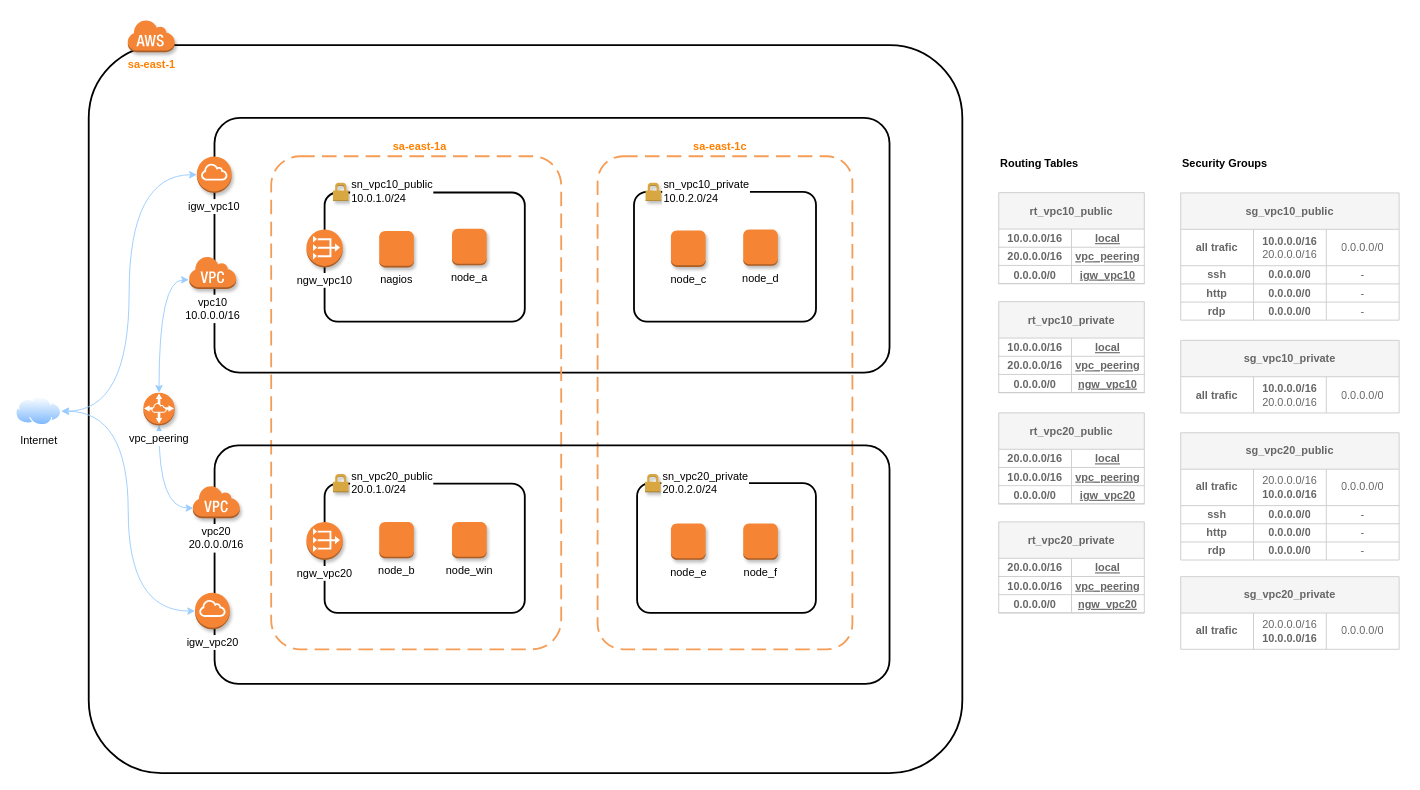
Earlier version of the draw.io diagram images/nagios.drawio (kledsonhugo/app-nagioscore-multiaz-aws). Source tidied: cells renumbered, new cells numbered last; positions are measured from the earlier drawing's top-left corner, leaving out a move shared by most shapes. Both pictures are drawn from the tidied source at 91%, with x=0, y=0 at pixel (15, 19).
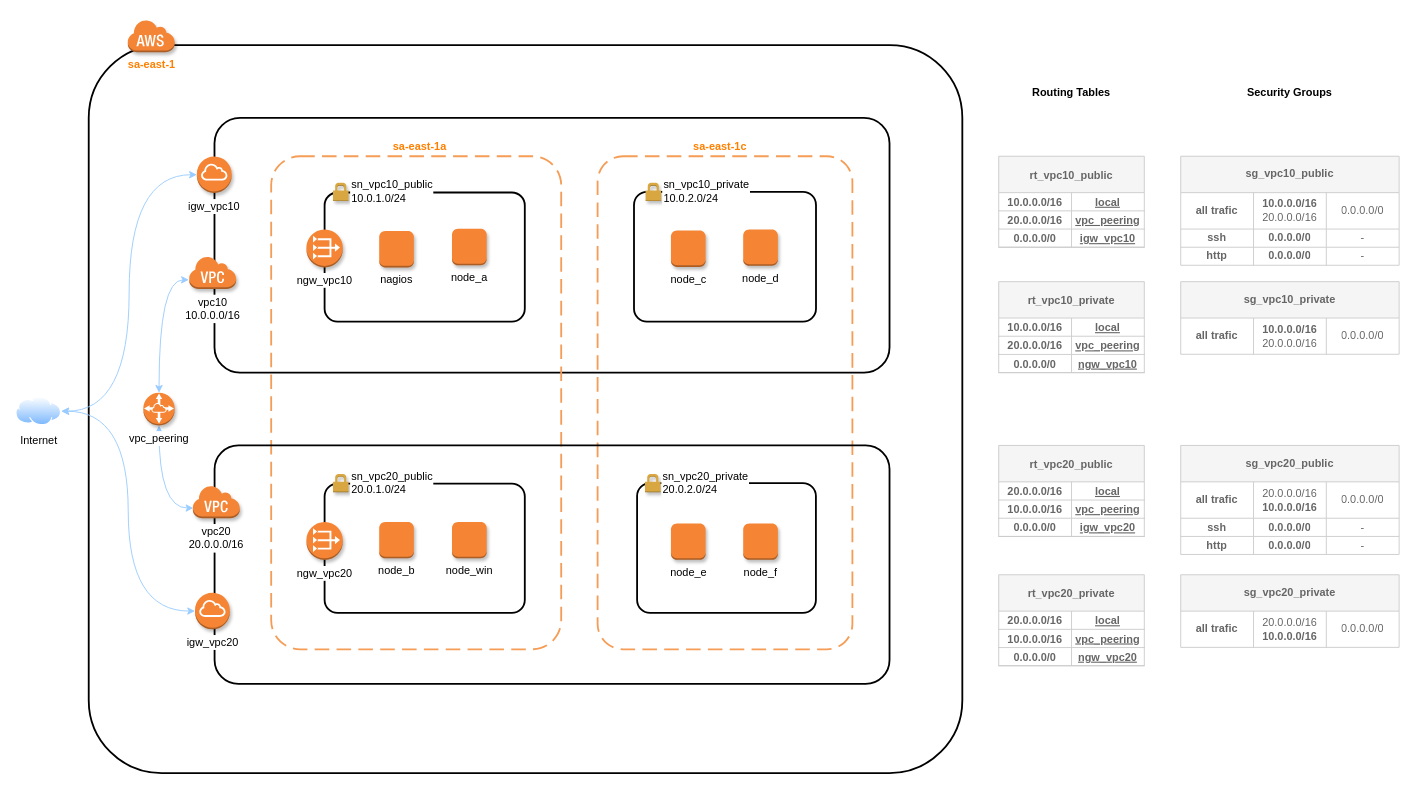
Above is the later version.

The edit, as a diff of the source:
```diff
@@
-    <mxCell id="33" value="Routing Tables" style="text;html=1;strokeColor=none;fillColor=none;align=left;verticalAlign=middle;whiteSpace=wrap;rounded=1;fontStyle=1;shadow=1;sketch=0;glass=0;" parent="1" vertex="1">
-      <mxGeometry x="1080" y="148.2" width="174" height="20" as="geometry" />
+    <mxCell id="33" value="Routing Tables" style="text;html=1;strokeColor=none;fillColor=none;align=center;verticalAlign=middle;whiteSpace=wrap;rounded=1;fontStyle=1;shadow=1;sketch=0;glass=0;" parent="1" vertex="1">
+      <mxGeometry x="1080" y="70" width="160" height="20" as="geometry" />
     </mxCell>
-    <mxCell id="34" value="Security Groups" style="text;html=1;strokeColor=none;fillColor=none;align=left;verticalAlign=middle;whiteSpace=wrap;rounded=1;fontStyle=1;shadow=1;sketch=0;glass=0;" parent="1" vertex="1">
-      <mxGeometry x="1280" y="148.2" width="174" height="20" as="geometry" />
+    <mxCell id="34" value="Security Groups" style="text;html=1;strokeColor=none;fillColor=none;align=center;verticalAlign=middle;whiteSpace=wrap;rounded=1;fontStyle=1;shadow=1;sketch=0;glass=0;" parent="1" vertex="1">
+      <mxGeometry x="1280" y="70" width="240" height="20" as="geometry" />
     </mxCell>
@@
     <mxCell id="39" value="rt_vpc10_public" style="shape=table;startSize=40;childLayout=tableLayout;rowLines=0;fontStyle=1;align=center;fillColor=#f5f5f5;strokeColor=#CCCCCC;spacingLeft=0;fontColor=#666666;" parent="1" vertex="1">
-      <mxGeometry x="1080" y="190.2" width="160" height="100" as="geometry" />
+      <mxGeometry x="1080" y="150.2" width="160" height="100" as="geometry" />
     </mxCell>
@@
     <mxCell id="49" value="sg_vpc10_public" style="shape=table;html=1;whiteSpace=wrap;startSize=40;childLayout=tableLayout;strokeColor=#CCCCCC;fillColor=#f5f5f5;align=center;fontStyle=1;spacingLeft=0;fontColor=#666666;" parent="1" vertex="1">
-      <mxGeometry x="1280" y="190.5" width="240" height="139.8" as="geometry" />
+      <mxGeometry x="1280" y="150.2" width="240" height="119.8" as="geometry" />
     </mxCell>
@@
-    <mxCell id="62" style="shape=partialRectangle;html=1;whiteSpace=wrap;fillColor=none;top=0;left=0;bottom=0;right=0;spacingLeft=0;align=center;fontColor=#666666;" parent="49" vertex="1">
-      <mxGeometry y="120" width="240" height="20" as="geometry" />
-    </mxCell>
-    <mxCell id="63" value="&lt;span style=&quot;font-weight: 700;&quot;&gt;rdp&lt;/span&gt;" style="shape=partialRectangle;html=1;whiteSpace=wrap;fillColor=none;top=0;left=0;bottom=0;right=0;overflow=hidden;spacingLeft=0;align=center;fontColor=#666666;" parent="62" vertex="1">
-      <mxGeometry width="80" height="20" as="geometry" />
-    </mxCell>
-    <mxCell id="64" value="&lt;span style=&quot;font-weight: 700;&quot;&gt;0.0.0.0/0&lt;/span&gt;" style="shape=partialRectangle;html=1;whiteSpace=wrap;fillColor=none;top=0;left=0;bottom=0;right=0;overflow=hidden;spacingLeft=0;align=center;fontColor=#666666;" parent="62" vertex="1">
-      <mxGeometry x="80" width="80" height="20" as="geometry" />
-    </mxCell>
-    <mxCell id="65" value="-" style="shape=partialRectangle;html=1;whiteSpace=wrap;fillColor=none;top=0;left=0;bottom=0;right=0;overflow=hidden;spacingLeft=0;align=center;fontColor=#666666;" parent="62" vertex="1">
-      <mxGeometry x="160" width="80" height="20" as="geometry" />
-    </mxCell>
     <mxCell id="66" value="rt_vpc10_private" style="shape=table;startSize=40;childLayout=tableLayout;rowLines=0;fontStyle=1;align=center;fillColor=#f5f5f5;strokeColor=#CCCCCC;spacingLeft=0;fontColor=#666666;" parent="1" vertex="1">
-      <mxGeometry x="1080" y="310" width="160" height="100" as="geometry" />
+      <mxGeometry x="1080" y="288" width="160" height="100" as="geometry" />
     </mxCell>
@@
     <mxCell id="76" value="rt_vpc20_public" style="shape=table;startSize=40;childLayout=tableLayout;rowLines=0;fontStyle=1;align=center;fillColor=#f5f5f5;strokeColor=#CCCCCC;spacingLeft=0;fontColor=#666666;" parent="1" vertex="1">
-      <mxGeometry x="1080" y="432.2" width="160" height="100" as="geometry" />
+      <mxGeometry x="1080" y="468" width="160" height="100" as="geometry" />
     </mxCell>
@@
     <mxCell id="86" value="rt_vpc20_private" style="shape=table;startSize=40;childLayout=tableLayout;rowLines=0;fontStyle=1;align=center;fillColor=#f5f5f5;strokeColor=#CCCCCC;spacingLeft=0;fontColor=#666666;" parent="1" vertex="1">
-      <mxGeometry x="1080" y="552" width="160" height="100" as="geometry" />
+      <mxGeometry x="1080" y="610.1" width="160" height="100" as="geometry" />
     </mxCell>
@@
     <mxCell id="96" value="sg_vpc10_private" style="shape=table;html=1;whiteSpace=wrap;startSize=40;childLayout=tableLayout;strokeColor=#CCCCCC;fillColor=#f5f5f5;align=center;fontStyle=1;spacingLeft=0;fontColor=#666666;" parent="1" vertex="1">
-      <mxGeometry x="1280" y="352.5" width="240" height="79.8" as="geometry" />
+      <mxGeometry x="1280" y="288" width="240" height="79.8" as="geometry" />
     </mxCell>
@@
     <mxCell id="101" value="sg_vpc20_public" style="shape=table;html=1;whiteSpace=wrap;startSize=40;childLayout=tableLayout;strokeColor=#CCCCCC;fillColor=#f5f5f5;align=center;fontStyle=1;spacingLeft=0;fontColor=#666666;" parent="1" vertex="1">
-      <mxGeometry x="1280" y="454.1" width="240" height="139.8" as="geometry" />
+      <mxGeometry x="1280" y="468" width="240" height="119.8" as="geometry" />
     </mxCell>
@@
-    <mxCell id="114" style="shape=partialRectangle;html=1;whiteSpace=wrap;fillColor=none;top=0;left=0;bottom=0;right=0;spacingLeft=0;align=center;fontColor=#666666;" parent="101" vertex="1">
-      <mxGeometry y="120" width="240" height="20" as="geometry" />
-    </mxCell>
-    <mxCell id="115" value="&lt;span style=&quot;font-weight: 700;&quot;&gt;rdp&lt;/span&gt;" style="shape=partialRectangle;html=1;whiteSpace=wrap;fillColor=none;top=0;left=0;bottom=0;right=0;overflow=hidden;spacingLeft=0;align=center;fontColor=#666666;" parent="114" vertex="1">
-      <mxGeometry width="80" height="20" as="geometry" />
-    </mxCell>
-    <mxCell id="116" value="&lt;span style=&quot;font-weight: 700;&quot;&gt;0.0.0.0/0&lt;/span&gt;" style="shape=partialRectangle;html=1;whiteSpace=wrap;fillColor=none;top=0;left=0;bottom=0;right=0;overflow=hidden;spacingLeft=0;align=center;fontColor=#666666;" parent="114" vertex="1">
-      <mxGeometry x="80" width="80" height="20" as="geometry" />
-    </mxCell>
-    <mxCell id="117" value="-" style="shape=partialRectangle;html=1;whiteSpace=wrap;fillColor=none;top=0;left=0;bottom=0;right=0;overflow=hidden;spacingLeft=0;align=center;fontColor=#666666;" parent="114" vertex="1">
-      <mxGeometry x="160" width="80" height="20" as="geometry" />
-    </mxCell>
     <mxCell id="118" value="sg_vpc20_private" style="shape=table;html=1;whiteSpace=wrap;startSize=40;childLayout=tableLayout;strokeColor=#CCCCCC;fillColor=#f5f5f5;align=center;fontStyle=1;spacingLeft=0;fontColor=#666666;" parent="1" vertex="1">
-      <mxGeometry x="1280" y="612.2" width="240" height="79.8" as="geometry" />
+      <mxGeometry x="1280" y="610.1" width="240" height="79.8" as="geometry" />
     </mxCell>
```
